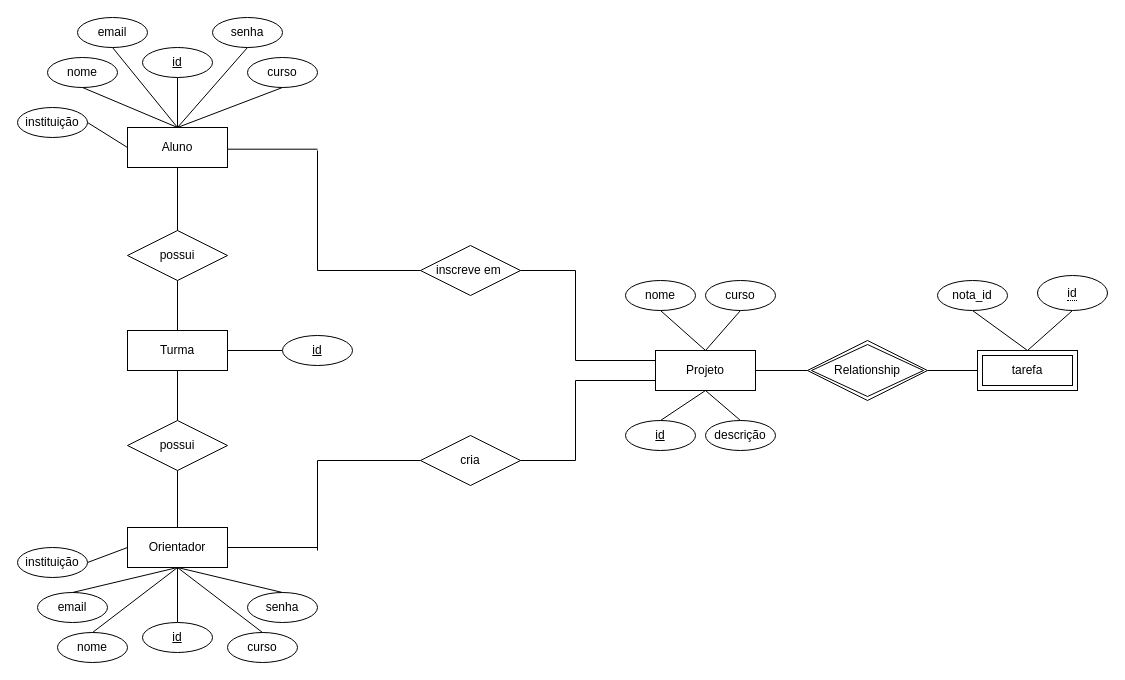
Before: page "DER" (5 of 5) of Sprint2/Sprint2.drawio in BabiDoo/TI2-GRUPO25, a draw.io diagram. Source tidied: cells renumbered, new cells numbered last; positions are measured from the earlier drawing's top-left corner, leaving out a move shared by most shapes. Both pictures are drawn from the tidied source at 100%, with x=0, y=0 at pixel (17, 17).
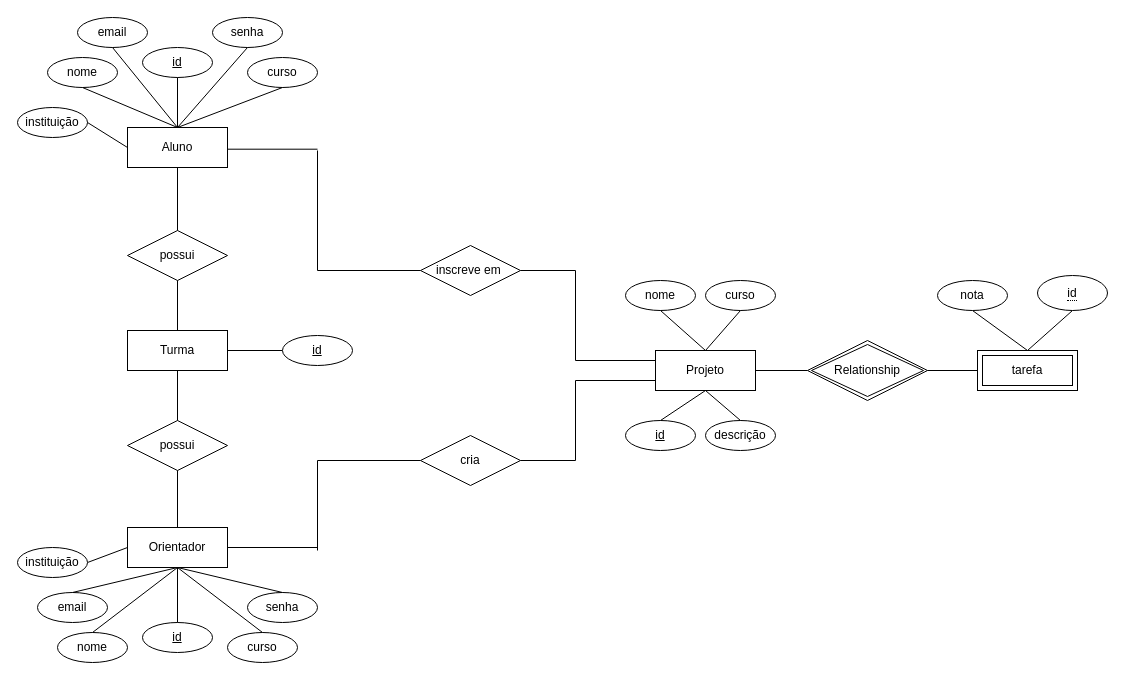
After the change.

Change to the diagram source:
```diff
@@
-    <mxCell id="63" value="nota_id" style="ellipse;whiteSpace=wrap;html=1;align=center;" parent="1" vertex="1">
+    <mxCell id="63" value="nota" style="ellipse;whiteSpace=wrap;html=1;align=center;" parent="1" vertex="1">
       <mxGeometry x="920" y="263" width="70" height="30" as="geometry" />
     </mxCell>
```
